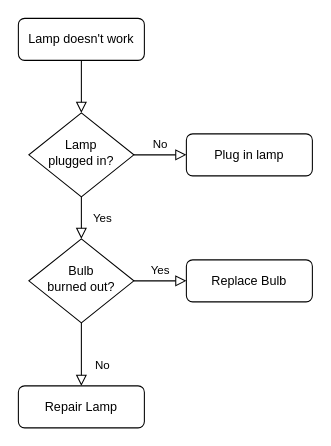
jackcipher/assets keeps this draw.io diagram as drawio/Untitled Diagram.drawio. Above is the earlier version. Source tidied: cells renumbered, new cells numbered last; positions are measured from the earlier drawing's top-left corner, leaving out a move shared by most shapes. Both pictures are drawn from the tidied source at 105%, with x=0, y=0 at pixel (18, 18).
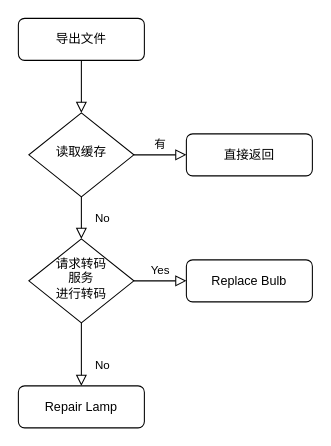
The same diagram, later.

Diff of the diagram source:
```diff
@@
 <mxGraphModel>
   <root>
     <mxCell id="0" />
     <mxCell id="1" parent="0" />
     <mxCell id="2" style="rounded=0;html=1;jettySize=auto;fontSize=11;endArrow=block;endFill=0;endSize=8;strokeWidth=1;shadow=0;labelBackgroundColor=none;edgeStyle=orthogonalEdgeStyle;" parent="1" edge="1" source="3" target="6">
       <mxGeometry relative="1" as="geometry" />
     </mxCell>
-    <mxCell id="3" value="Lamp doesn't work" style="rounded=1;whiteSpace=wrap;html=1;fontSize=12;glass=0;strokeWidth=1;shadow=0;" parent="1" vertex="1">
+    <mxCell id="3" value="导出文件" style="rounded=1;whiteSpace=wrap;html=1;fontSize=12;glass=0;strokeWidth=1;shadow=0;" parent="1" vertex="1">
       <mxGeometry width="120" height="40" as="geometry" />
     </mxCell>
-    <mxCell id="4" value="Yes" style="rounded=0;html=1;jettySize=auto;fontSize=11;endArrow=block;endFill=0;endSize=8;strokeWidth=1;shadow=0;labelBackgroundColor=none;edgeStyle=orthogonalEdgeStyle;" parent="1" edge="1" source="6" target="10">
+    <mxCell id="4" value="No" style="rounded=0;html=1;jettySize=auto;fontSize=11;endArrow=block;endFill=0;endSize=8;strokeWidth=1;shadow=0;labelBackgroundColor=none;edgeStyle=orthogonalEdgeStyle;" parent="1" edge="1" source="6" target="10">
       <mxGeometry y="20" relative="1" as="geometry" />
     </mxCell>
-    <mxCell id="5" value="No" style="edgeStyle=orthogonalEdgeStyle;rounded=0;html=1;jettySize=auto;fontSize=11;endArrow=block;endFill=0;endSize=8;strokeWidth=1;shadow=0;labelBackgroundColor=none;" parent="1" edge="1" source="6" target="7">
+    <mxCell id="5" value="有" style="edgeStyle=orthogonalEdgeStyle;rounded=0;html=1;jettySize=auto;fontSize=11;endArrow=block;endFill=0;endSize=8;strokeWidth=1;shadow=0;labelBackgroundColor=none;" parent="1" edge="1" source="6" target="7">
       <mxGeometry y="10" relative="1" as="geometry" />
     </mxCell>
-    <mxCell id="6" value="Lamp&lt;br&gt;plugged in?" style="rhombus;whiteSpace=wrap;html=1;shadow=0;fontFamily=Helvetica;fontSize=12;align=center;strokeWidth=1;spacing=6;spacingTop=-4;" parent="1" vertex="1">
+    <mxCell id="6" value="读取缓存" style="rhombus;whiteSpace=wrap;html=1;shadow=0;fontFamily=Helvetica;fontSize=12;align=center;strokeWidth=1;spacing=6;spacingTop=-4;" parent="1" vertex="1">
       <mxGeometry x="10" y="90" width="100" height="80" as="geometry" />
     </mxCell>
-    <mxCell id="7" value="Plug in lamp" style="rounded=1;whiteSpace=wrap;html=1;fontSize=12;glass=0;strokeWidth=1;shadow=0;" parent="1" vertex="1">
+    <mxCell id="7" value="直接返回" style="rounded=1;whiteSpace=wrap;html=1;fontSize=12;glass=0;strokeWidth=1;shadow=0;" parent="1" vertex="1">
       <mxGeometry x="160" y="110" width="120" height="40" as="geometry" />
     </mxCell>
     <mxCell id="8" value="No" style="rounded=0;html=1;jettySize=auto;fontSize=11;endArrow=block;endFill=0;endSize=8;strokeWidth=1;shadow=0;labelBackgroundColor=none;edgeStyle=orthogonalEdgeStyle;" parent="1" edge="1" source="10" target="11">
       <mxGeometry x="0.33" y="20" relative="1" as="geometry" />
     </mxCell>
     <mxCell id="9" value="Yes" style="edgeStyle=orthogonalEdgeStyle;rounded=0;html=1;jettySize=auto;fontSize=11;endArrow=block;endFill=0;endSize=8;strokeWidth=1;shadow=0;labelBackgroundColor=none;" parent="1" edge="1" source="10" target="12">
       <mxGeometry y="10" relative="1" as="geometry" />
     </mxCell>
-    <mxCell id="10" value="Bulb&lt;br&gt;burned out?" style="rhombus;whiteSpace=wrap;html=1;shadow=0;fontFamily=Helvetica;fontSize=12;align=center;strokeWidth=1;spacing=6;spacingTop=-4;" parent="1" vertex="1">
+    <mxCell id="10" value="请求转码&lt;div&gt;服务&lt;div&gt;进行转码&lt;/div&gt;&lt;/div&gt;" style="rhombus;whiteSpace=wrap;html=1;shadow=0;fontFamily=Helvetica;fontSize=12;align=center;strokeWidth=1;spacing=6;spacingTop=-4;" parent="1" vertex="1">
       <mxGeometry x="10" y="210" width="100" height="80" as="geometry" />
     </mxCell>
     <mxCell id="11" value="Repair Lamp" style="rounded=1;whiteSpace=wrap;html=1;fontSize=12;glass=0;strokeWidth=1;shadow=0;" parent="1" vertex="1">
       <mxGeometry y="350" width="120" height="40" as="geometry" />
     </mxCell>
     <mxCell id="12" value="Replace Bulb" style="rounded=1;whiteSpace=wrap;html=1;fontSize=12;glass=0;strokeWidth=1;shadow=0;" parent="1" vertex="1">
       <mxGeometry x="160" y="230" width="120" height="40" as="geometry" />
     </mxCell>
   </root>
 </mxGraphModel>
```
